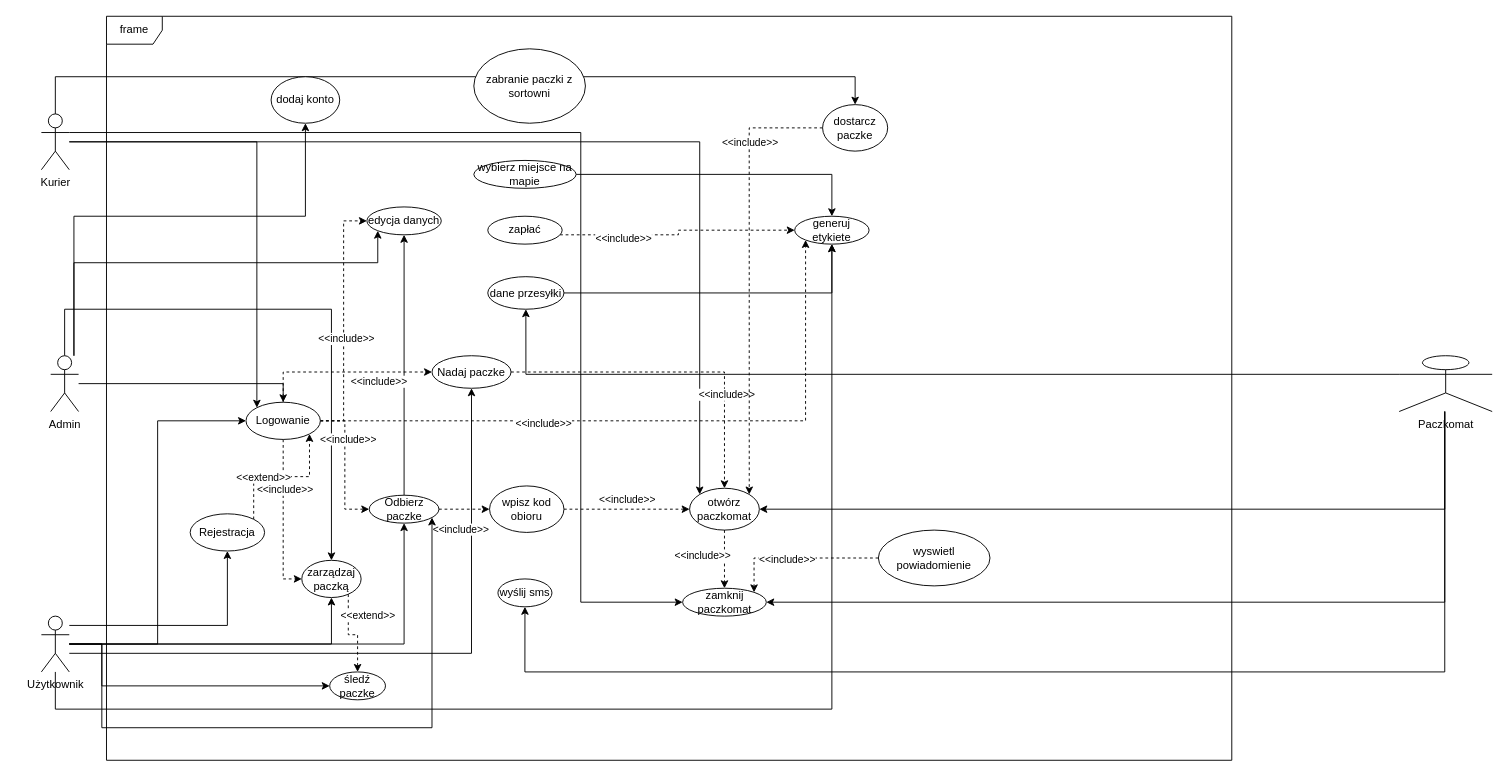
Before: docs/przypadki_uzycia.drawio in xT3sl4/ViRoTePi, a draw.io diagram. Source tidied: cells renumbered, new cells numbered last; positions are measured from the earlier drawing's top-left corner, leaving out a move shared by most shapes. Both pictures are drawn from the tidied source at 93%, with x=0, y=0 at pixel (41, 16).
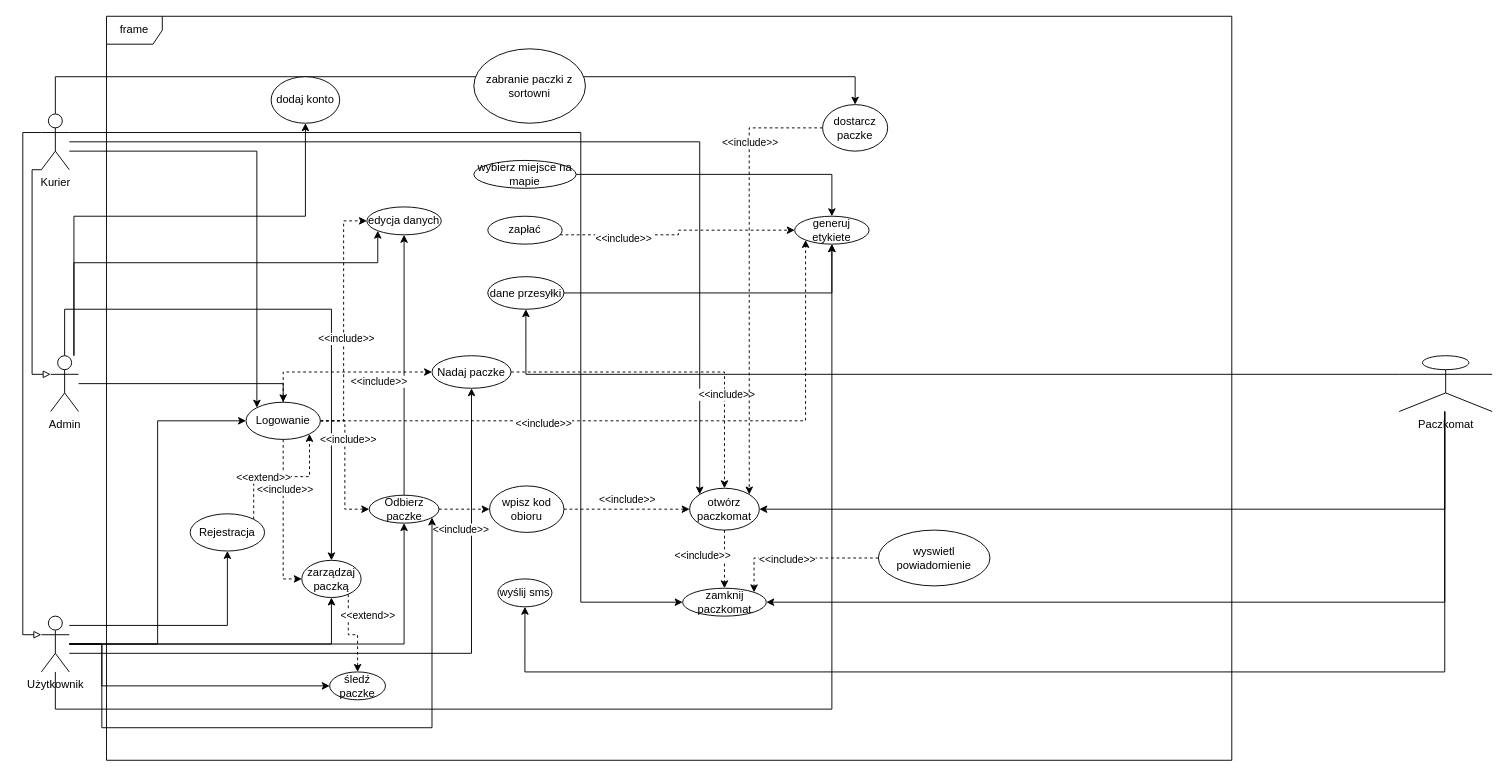
After the change.

Commit message:
przypadki poprawki

The change refers to these unchanged cells:
```xml
<mxCell id="6" value="Kurier&lt;div&gt;&lt;br&gt;&lt;/div&gt;" style="shape=umlActor;verticalLabelPosition=bottom;verticalAlign=top;html=1;outlineConnect=0;" parent="1" vertex="1">
  <mxGeometry y="105" width="30" height="60" as="geometry" />
</mxCell>
<mxCell id="11" value="Admin&lt;div&gt;&lt;br&gt;&lt;/div&gt;" style="shape=umlActor;verticalLabelPosition=bottom;verticalAlign=top;html=1;outlineConnect=0;" parent="1" vertex="1">
  <mxGeometry x="10" y="365" width="30" height="60" as="geometry" />
</mxCell>
<mxCell id="19" value="Użytkownik&lt;div&gt;&lt;br&gt;&lt;/div&gt;" style="shape=umlActor;verticalLabelPosition=bottom;verticalAlign=top;html=1;outlineConnect=0;" parent="1" vertex="1">
  <mxGeometry y="645" width="30" height="60" as="geometry" />
</mxCell>
<mxCell id="35" value="Logowanie" style="ellipse;whiteSpace=wrap;html=1;" parent="1" vertex="1">
  <mxGeometry x="220" y="415" width="80" height="40" as="geometry" />
</mxCell>
```

Change to the diagram source:
```diff
@@
     <mxCell id="2" style="edgeStyle=orthogonalEdgeStyle;rounded=0;jettySize=auto;html=1;entryX=0;entryY=0;entryDx=0;entryDy=0;" parent="1" edge="1" source="6" target="35">
-      <mxGeometry relative="1" as="geometry" />
+      <mxGeometry relative="1" as="geometry">
+        <Array as="points">
+          <mxPoint x="232" y="145" />
+        </Array>
+      </mxGeometry>
     </mxCell>
@@
+    <mxCell id="77" style="edgeStyle=orthogonalEdgeStyle;rounded=0;jettySize=auto;html=1;exitX=0;exitY=1;exitDx=0;exitDy=0;exitPerimeter=0;entryX=0;entryY=0.3333333333333333;entryDx=0;entryDy=0;entryPerimeter=0;endArrow=block;endFill=0;" parent="1" edge="1" source="6" target="11">
+      <mxGeometry relative="1" as="geometry">
+        <Array as="points">
+          <mxPoint x="-10" y="165" />
+          <mxPoint x="-10" y="385" />
+        </Array>
+      </mxGeometry>
+    </mxCell>
+    <mxCell id="78" style="edgeStyle=orthogonalEdgeStyle;rounded=0;jettySize=auto;html=1;exitX=0;exitY=0.3333333333333333;exitDx=0;exitDy=0;exitPerimeter=0;entryX=0;entryY=0.3333333333333333;entryDx=0;entryDy=0;entryPerimeter=0;endArrow=block;endFill=0;" parent="1" edge="1" source="6" target="19">
+      <mxGeometry relative="1" as="geometry" />
+    </mxCell>
```
